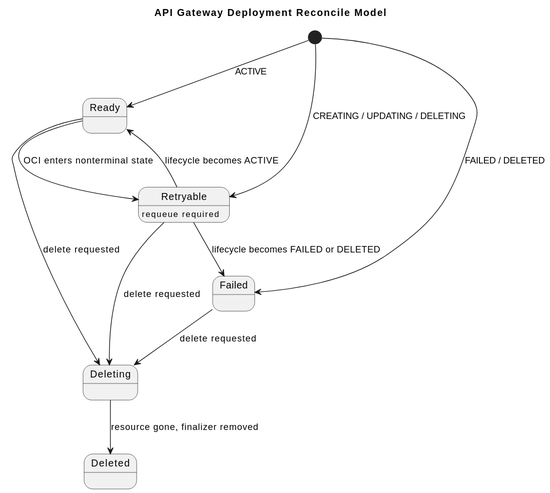
Before: formal/controllers/api-gateway-deployment/diagrams/state-machine.svg, a diagram exported from PlantUML (donoftime/oci-service-operator). Its diagram source:
```plantuml
@startuml
title API Gateway Deployment Reconcile Model

[*] --> Ready : ACTIVE
[*] --> Retryable : CREATING / UPDATING / DELETING
[*] --> Failed : FAILED / DELETED

Retryable : requeue required

Ready --> Retryable : OCI enters nonterminal state
Retryable --> Ready : lifecycle becomes ACTIVE
Retryable --> Failed : lifecycle becomes FAILED or DELETED
Ready --> Deleting : delete requested
Retryable --> Deleting : delete requested
Failed --> Deleting : delete requested
Deleting --> Deleted : resource gone, finalizer removed
@enduml
```
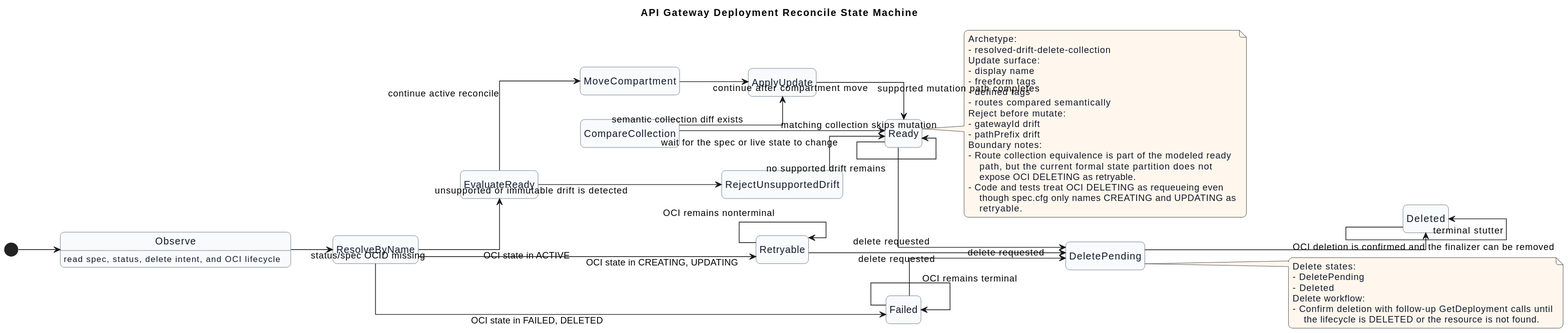
After the change.

The edit, as a diff of the source:
```diff
@@ -1,17 +1,70 @@
 @startuml
-title API Gateway Deployment Reconcile Model
+title API Gateway Deployment Reconcile State Machine
+left to right direction
+hide empty description
+skinparam shadowing false
+skinparam linetype ortho
+skinparam roundcorner 12
+skinparam BackgroundColor #FFFFFF
+skinparam defaultTextAlignment left
+skinparam state {
+  BorderColor #475569
+  FontColor #0F172A
+  BackgroundColor #F8FAFC
+}
+skinparam note {
+  BorderColor #B45309
+  BackgroundColor #FFF7ED
+  FontColor #0F172A
+}
+[*] --> Observe
+Observe : read spec, status, delete intent, and OCI lifecycle
+Observe --> ResolveByName : status/spec OCID missing
+ResolveByName --> EvaluateReady : OCI state in ACTIVE
+ResolveByName --> Retryable : OCI state in CREATING, UPDATING
+ResolveByName --> Failed : OCI state in FAILED, DELETED
+EvaluateReady --> RejectUnsupportedDrift : unsupported or immutable drift is detected
+RejectUnsupportedDrift --> Ready : wait for the spec or live state to change
+EvaluateReady --> MoveCompartment : continue active reconcile
+MoveCompartment --> ApplyUpdate : continue after compartment move
+CompareCollection --> ApplyUpdate : semantic collection diff exists
+CompareCollection --> Ready : matching collection skips mutation
+ApplyUpdate --> Ready : supported mutation path completes
+Ready --> Ready : no supported drift remains
+Retryable --> Retryable : OCI remains nonterminal
+Failed --> Failed : OCI remains terminal
+Ready --> DeletePending : delete requested
+Retryable --> DeletePending : delete requested
+Failed --> DeletePending : delete requested
+DeletePending --> Deleted : OCI deletion is confirmed and the finalizer can be removed
+Deleted --> Deleted : terminal stutter
 
-[*] --> Ready : ACTIVE
-[*] --> Retryable : CREATING / UPDATING / DELETING
-[*] --> Failed : FAILED / DELETED
+note right of Ready
+Archetype:
+- resolved-drift-delete-collection
+Update surface:
+- display name
+- freeform tags
+- defined tags
+- routes compared semantically
+Reject before mutate:
+- gatewayId drift
+- pathPrefix drift
+Boundary notes:
+- Route collection equivalence is part of the modeled ready
+    path, but the current formal state partition does not
+    expose OCI DELETING as retryable.
+- Code and tests treat OCI DELETING as requeueing even
+    though spec.cfg only names CREATING and UPDATING as
+    retryable.
+end note
 
-Retryable : requeue required
-
-Ready --> Retryable : OCI enters nonterminal state
-Retryable --> Ready : lifecycle becomes ACTIVE
-Retryable --> Failed : lifecycle becomes FAILED or DELETED
-Ready --> Deleting : delete requested
-Retryable --> Deleting : delete requested
-Failed --> Deleting : delete requested
-Deleting --> Deleted : resource gone, finalizer removed
+note right of DeletePending
+Delete states:
+- DeletePending
+- Deleted
+Delete workflow:
+- Confirm deletion with follow-up GetDeployment calls until
+    the lifecycle is DELETED or the resource is not found.
+end note
 @enduml
```
